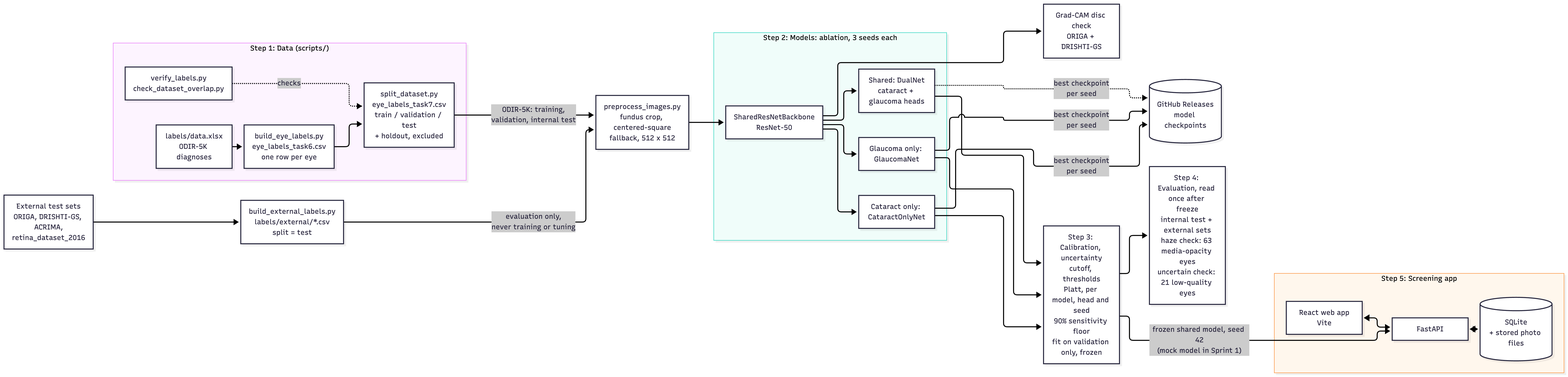
The Mermaid diagram documents/architecture_diagrams/Conceptual_Diagram.png in bhoamikhona/F2026-Team1, before a commit. Its source is kept beside it as documents/architecture_diagrams/Conceptual_Diagram.mmd.
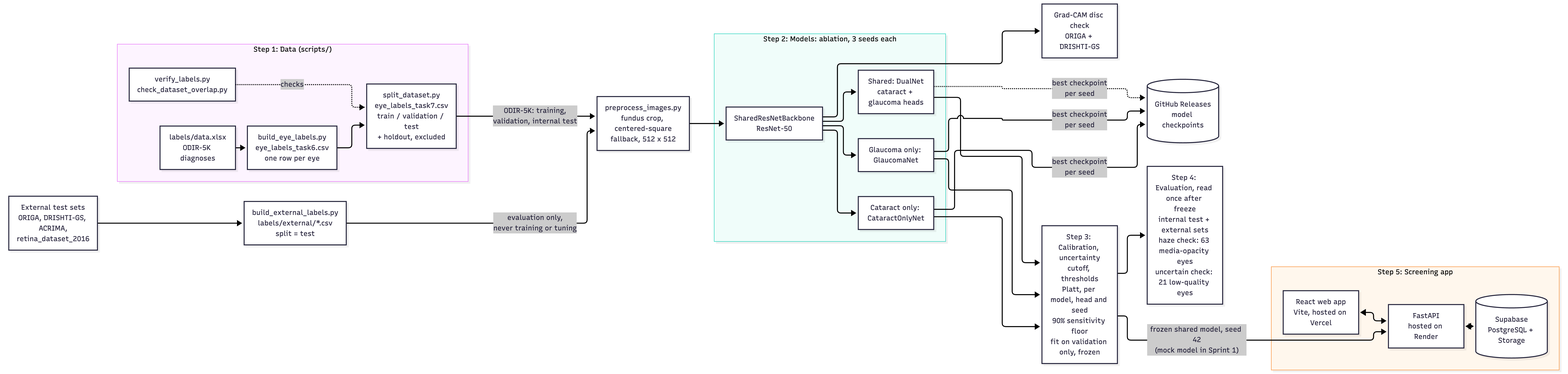
The same file after the commit.

Commit message:
Update architecture and sequence diagrams: Supabase, Vercel and Render

Diff of the diagram source:
```diff
@@ -24,7 +24,7 @@
   CAL --> EVAL["Step 4: Evaluation, read once after freeze<br/>internal test + external sets<br/>haze check: 63 media-opacity eyes<br/>uncertain check: 21 low-quality eyes"]
   BB --> GC["Grad-CAM disc check<br/>ORIGA + DRISHTI-GS"]
   subgraph APP["Step 5: Screening app"]
-    UI["React web app<br/>Vite"] <--> API["FastAPI"]
-    API <--> DB[("SQLite<br/>+ stored photo files")]
+    UI["React web app<br/>Vite, hosted on Vercel"] <--> API["FastAPI<br/>hosted on Render"]
+    API <--> DB[("Supabase<br/>PostgreSQL + Storage")]
   end
   CAL -- "frozen shared model, seed 42<br/>(mock model in Sprint 1)" --> API
```
